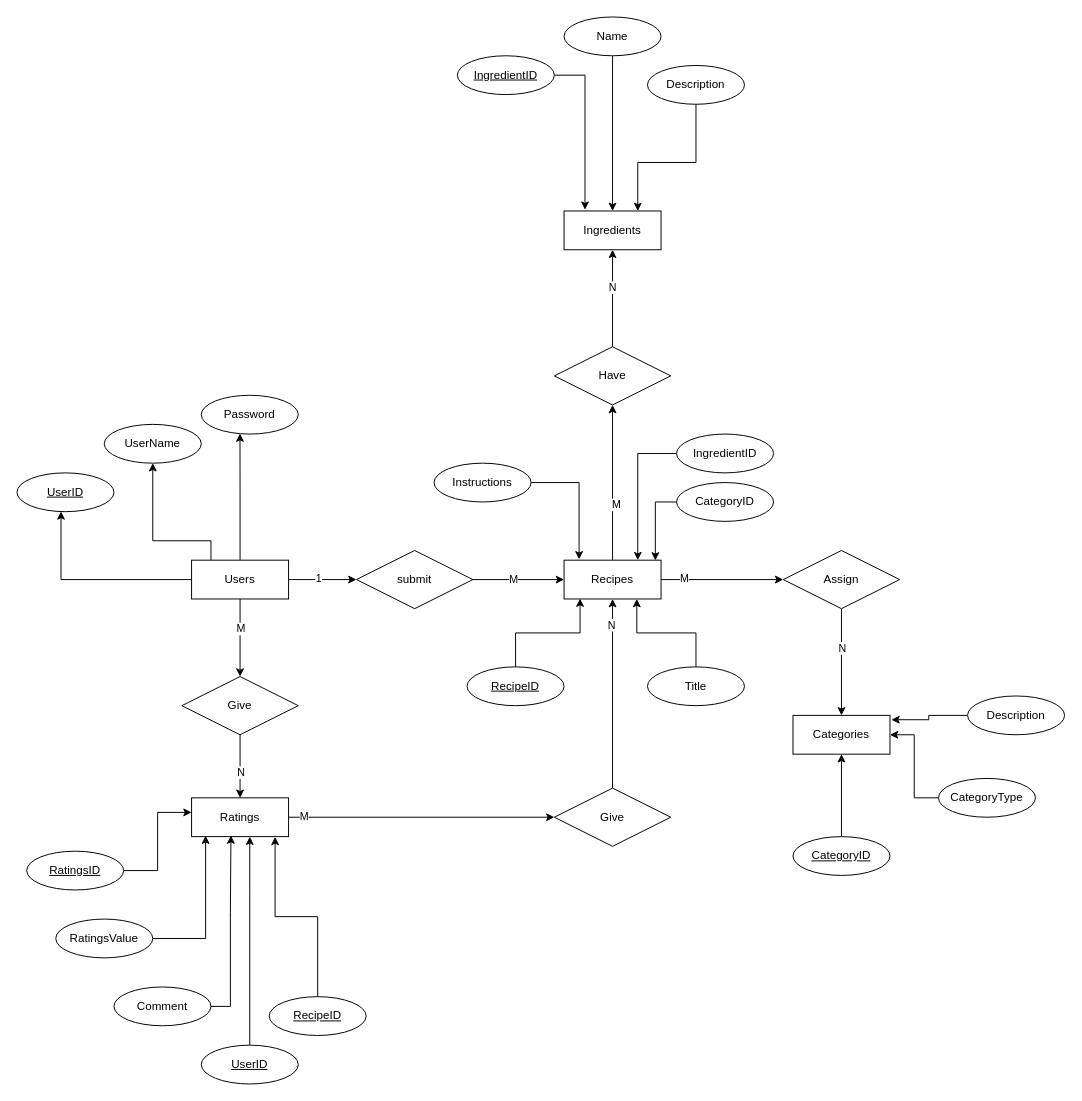
This is Recipe ER.drawio from ziard47/Diagram, a draw.io file, before an edit. Source tidied: cells renumbered, new cells numbered last; positions are measured from the earlier drawing's top-left corner, leaving out a move shared by most shapes. Both pictures are drawn from the tidied source at 97%, with x=0, y=0 at pixel (16, 16).
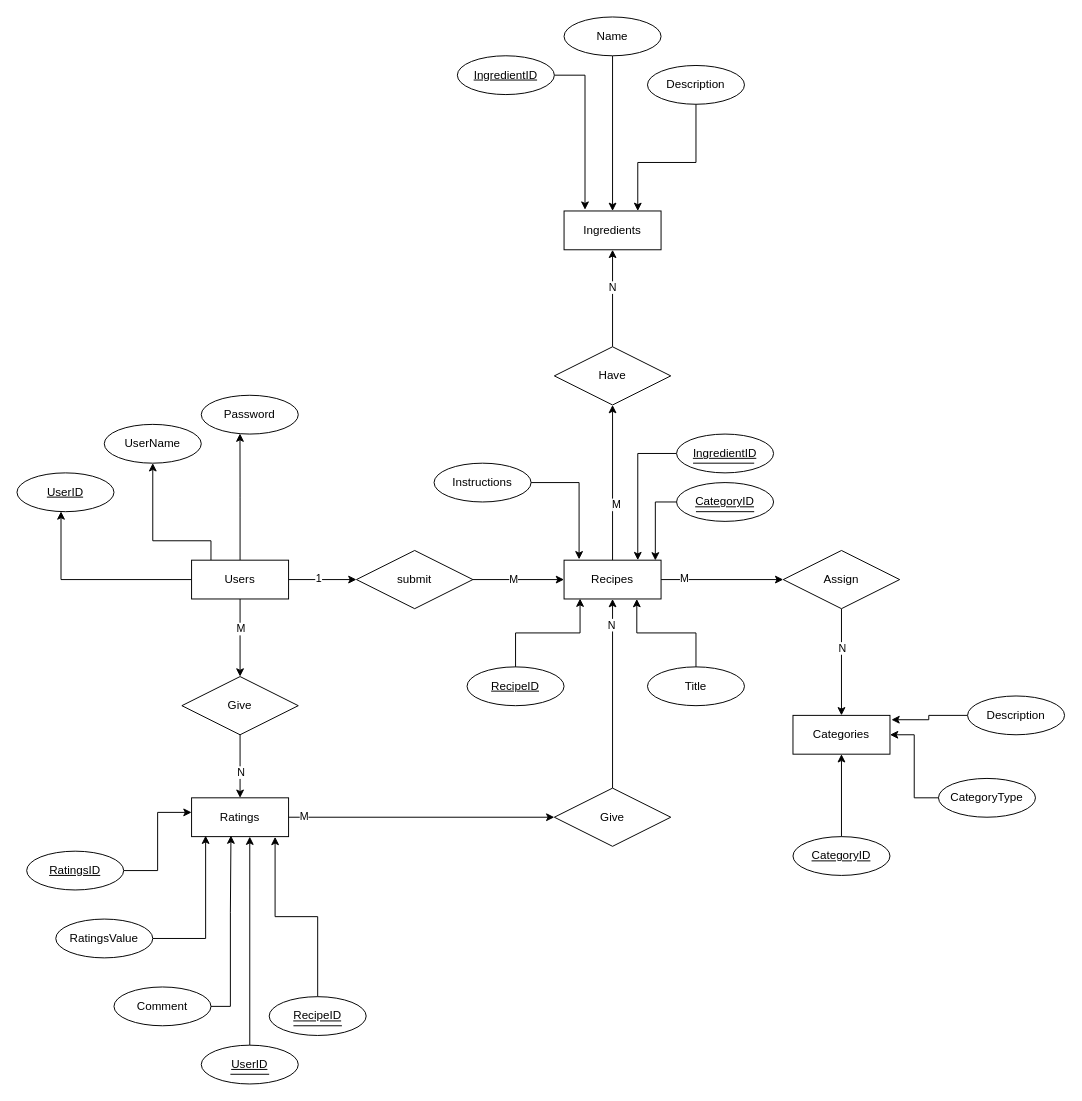
After the change.

Change to the diagram source:
```diff
@@
-    <mxCell id="43" value="IngredientID" style="ellipse;whiteSpace=wrap;html=1;align=center;" parent="1" vertex="1">
+    <mxCell id="43" value="IngredientID" style="ellipse;whiteSpace=wrap;html=1;align=center;fontStyle=4;" parent="1" vertex="1">
       <mxGeometry x="680" y="430" width="100" height="40" as="geometry" />
     </mxCell>
@@
-    <mxCell id="47" value="CategoryID" style="ellipse;whiteSpace=wrap;html=1;align=center;" parent="1" vertex="1">
+    <mxCell id="47" value="CategoryID" style="ellipse;whiteSpace=wrap;html=1;align=center;fontStyle=4;" parent="1" vertex="1">
       <mxGeometry x="680" y="480" width="100" height="40" as="geometry" />
     </mxCell>
@@
+    <mxCell id="70" style="endArrow=none;html=1;rounded=0;" parent="1" edge="1">
+      <mxGeometry relative="1" as="geometry">
+        <mxPoint x="700" y="510" as="sourcePoint" />
+        <mxPoint x="760" y="510" as="targetPoint" />
+      </mxGeometry>
+    </mxCell>
+    <mxCell id="71" style="endArrow=none;html=1;rounded=0;" parent="1" edge="1">
+      <mxGeometry relative="1" as="geometry">
+        <mxPoint x="697" y="460" as="sourcePoint" />
+        <mxPoint x="760" y="460" as="targetPoint" />
+      </mxGeometry>
+    </mxCell>
+    <mxCell id="72" style="endArrow=none;html=1;rounded=0;" parent="1" edge="1">
+      <mxGeometry relative="1" as="geometry">
+        <mxPoint x="220" y="1090" as="sourcePoint" />
+        <mxPoint x="260" y="1090" as="targetPoint" />
+      </mxGeometry>
+    </mxCell>
+    <mxCell id="73" style="endArrow=none;html=1;rounded=0;" parent="1" edge="1">
+      <mxGeometry relative="1" as="geometry">
+        <mxPoint x="285" y="1040" as="sourcePoint" />
+        <mxPoint x="335" y="1040" as="targetPoint" />
+      </mxGeometry>
+    </mxCell>
```
